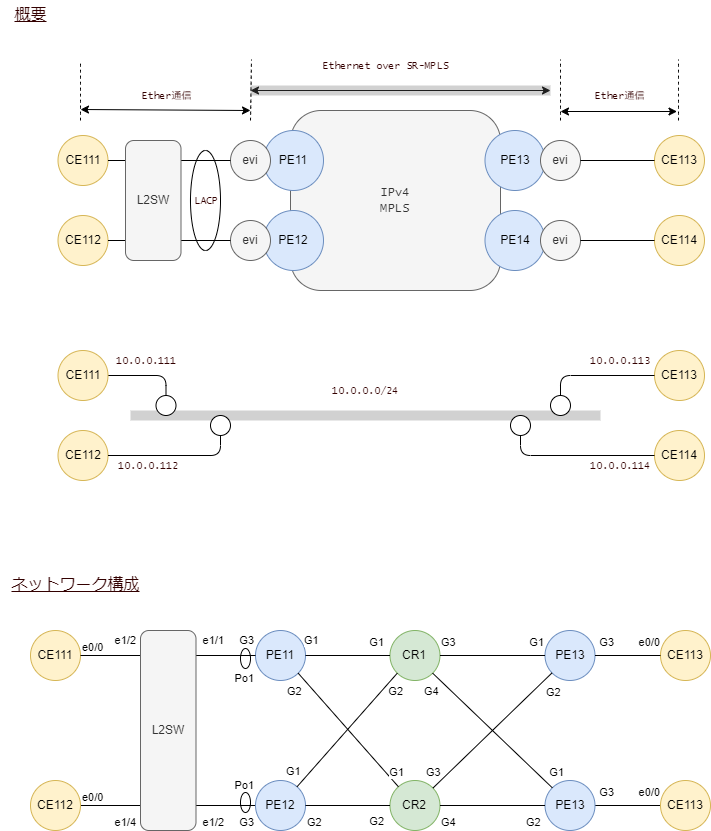
Above: iosxe_config/img/mpls_evpn.drawio.png in takamitsu-iida/srv6-guide (draw.io), before the change. Source tidied: cells renumbered, new cells last; positions are measured from the earlier drawing's top-left corner, leaving out a move shared by most shapes.
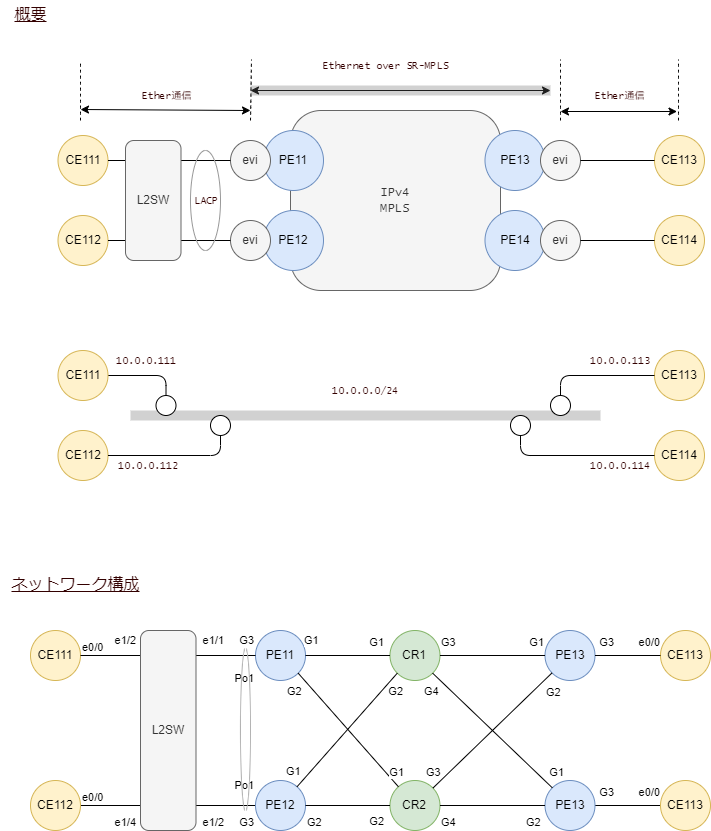
The same file after the commit.

Change to the diagram source:
```diff
@@ -388,7 +388,7 @@
     <mxCell id="102" value="L2SW" style="rounded=1;whiteSpace=wrap;html=1;fillColor=#f5f5f5;fontColor=#333333;strokeColor=#666666;" parent="1" vertex="1">
       <mxGeometry x="125" y="140" width="55.5" height="120" as="geometry" />
     </mxCell>
-    <mxCell id="103" style="ellipse;whiteSpace=wrap;html=1;fillColor=none;" parent="1" vertex="1">
+    <mxCell id="103" style="ellipse;whiteSpace=wrap;html=1;fillColor=none;strokeColor=#999999;" parent="1" vertex="1">
       <mxGeometry x="190" y="150" width="30" height="100" as="geometry" />
     </mxCell>
     <mxCell id="104" value="LACP" style="text;html=1;align=center;verticalAlign=middle;strokeColor=none;fillColor=none;fontSize=10;fontFamily=Lucida Console;fontColor=#330000;" parent="1" vertex="1">
@@ -397,11 +397,8 @@
     <mxCell id="105" value="L2SW" style="rounded=1;whiteSpace=wrap;html=1;fillColor=#f5f5f5;fontColor=#333333;strokeColor=#666666;" parent="1" vertex="1">
       <mxGeometry x="140" y="630" width="55.5" height="200" as="geometry" />
     </mxCell>
-    <mxCell id="106" style="ellipse;whiteSpace=wrap;html=1;fillColor=none;" parent="1" vertex="1">
-      <mxGeometry x="240" y="792" width="10" height="20" as="geometry" />
-    </mxCell>
-    <mxCell id="107" style="ellipse;whiteSpace=wrap;html=1;fillColor=none;" parent="1" vertex="1">
-      <mxGeometry x="240" y="648" width="10" height="20" as="geometry" />
+    <mxCell id="107" style="ellipse;whiteSpace=wrap;html=1;fillColor=none;strokeColor=#B3B3B3;" parent="1" vertex="1">
+      <mxGeometry x="240" y="648" width="10" height="162" as="geometry" />
     </mxCell>
   </root>
 </mxGraphModel>
```
